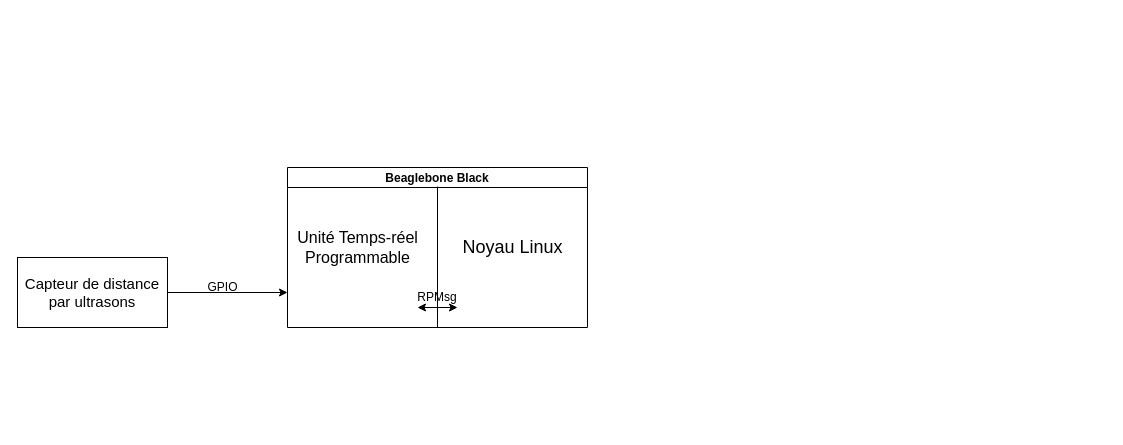
YKhimage1/libnx keeps this draw.io diagram as page "Page-2" (2 of 3) of search/Untitled Diagram.drawio. Above is the earlier version. Source tidied: cells renumbered, new cells numbered last; positions are measured from the earlier drawing's top-left corner, leaving out a move shared by most shapes. Both pictures are drawn from the tidied source at 100%, with x=0, y=0 at pixel (17, 167).
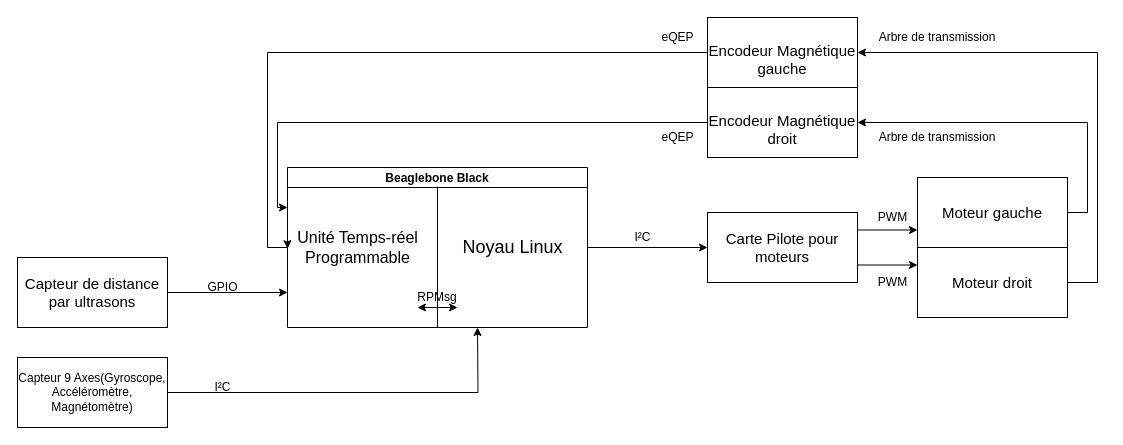
The same diagram, later.

The change refers to these unchanged cells:
```xml
<mxCell id="5" value="Beaglebone Black" style="swimlane;startSize=20;" parent="1" vertex="1">
  <mxGeometry x="270" width="300" height="160" as="geometry" />
</mxCell>
<mxCell id="6" value="&lt;font style=&quot;font-size: 16px&quot;&gt;Unité Temps-réel&lt;br&gt;Programmable&lt;/font&gt;" style="text;html=1;align=center;verticalAlign=middle;points=[];strokeColor=none;" parent="5" vertex="1">
  <mxGeometry y="60" width="140" height="40" as="geometry" />
</mxCell>
```

Change to the diagram source:
```diff
@@
+    <mxCell id="11" style="edgeStyle=orthogonalEdgeStyle;rounded=0;jettySize=auto;html=1;exitX=1;exitY=0.5;exitDx=0;exitDy=0;entryX=0;entryY=0.5;entryDx=0;entryDy=0;" parent="1" edge="1" source="5" target="17">
+      <mxGeometry relative="1" as="geometry" />
+    </mxCell>
@@
+    <mxCell id="12" style="edgeStyle=orthogonalEdgeStyle;rounded=0;jettySize=auto;html=1;exitX=1;exitY=0.5;exitDx=0;exitDy=0;" parent="1" edge="1" source="13">
+      <mxGeometry relative="1" as="geometry">
+        <mxPoint x="460" y="160" as="targetPoint" />
+      </mxGeometry>
+    </mxCell>
+    <mxCell id="13" value="&lt;font style=&quot;font-size: 12px&quot;&gt;Capteur 9 Axes(Gyroscope, Accéléromètre, &lt;/font&gt;&lt;font style=&quot;font-size: 12px&quot;&gt;&lt;span class=&quot;module__title__link&quot;&gt;Magnétomètre&lt;/span&gt;)&lt;br&gt;&lt;/font&gt;" style="rounded=0;whiteSpace=wrap;html=1;" parent="1" vertex="1">
+      <mxGeometry y="190" width="150" height="70" as="geometry" />
+    </mxCell>
+    <mxCell id="14" value="I²C" style="text;html=1;align=center;verticalAlign=middle;strokeColor=none;" parent="1" vertex="1">
+      <mxGeometry x="190" y="210" width="30" height="20" as="geometry" />
+    </mxCell>
+    <mxCell id="15" style="edgeStyle=orthogonalEdgeStyle;rounded=0;jettySize=auto;html=1;exitX=1;exitY=0.25;exitDx=0;exitDy=0;entryX=0;entryY=0.75;entryDx=0;entryDy=0;" parent="1" edge="1" source="17" target="20">
+      <mxGeometry relative="1" as="geometry" />
+    </mxCell>
+    <mxCell id="16" style="edgeStyle=orthogonalEdgeStyle;rounded=0;jettySize=auto;html=1;exitX=1;exitY=0.75;exitDx=0;exitDy=0;entryX=0;entryY=0.25;entryDx=0;entryDy=0;" parent="1" edge="1" source="17" target="22">
+      <mxGeometry relative="1" as="geometry" />
+    </mxCell>
+    <mxCell id="17" value="&lt;font style=&quot;font-size: 15px&quot;&gt;Carte Pilote pour moteurs&lt;/font&gt;&lt;font style=&quot;font-size: 15px&quot;&gt;&lt;br&gt;&lt;/font&gt;" style="rounded=0;whiteSpace=wrap;html=1;" parent="1" vertex="1">
+      <mxGeometry x="690" y="45" width="150" height="70" as="geometry" />
+    </mxCell>
+    <mxCell id="18" value="I²C" style="text;html=1;align=center;verticalAlign=middle;strokeColor=none;" parent="1" vertex="1">
+      <mxGeometry x="610" y="60" width="30" height="20" as="geometry" />
+    </mxCell>
+    <mxCell id="19" style="edgeStyle=orthogonalEdgeStyle;rounded=0;jettySize=auto;html=1;exitX=1;exitY=0.5;exitDx=0;exitDy=0;entryX=1;entryY=0.5;entryDx=0;entryDy=0;" parent="1" edge="1" source="20" target="25">
+      <mxGeometry relative="1" as="geometry" />
+    </mxCell>
+    <mxCell id="20" value="&lt;font style=&quot;font-size: 15px&quot;&gt;Moteur&lt;/font&gt;&lt;font style=&quot;font-size: 15px&quot;&gt; gauche&lt;br&gt;&lt;/font&gt;" style="rounded=0;whiteSpace=wrap;html=1;" parent="1" vertex="1">
+      <mxGeometry x="900" y="10" width="150" height="70" as="geometry" />
+    </mxCell>
+    <mxCell id="21" style="edgeStyle=orthogonalEdgeStyle;rounded=0;jettySize=auto;html=1;exitX=1;exitY=0.5;exitDx=0;exitDy=0;entryX=1;entryY=0.5;entryDx=0;entryDy=0;" parent="1" edge="1" source="22" target="27">
+      <mxGeometry relative="1" as="geometry">
+        <Array as="points">
+          <mxPoint x="1080" y="115" />
+          <mxPoint x="1080" y="-115" />
+        </Array>
+      </mxGeometry>
+    </mxCell>
+    <mxCell id="22" value="&lt;font style=&quot;font-size: 15px&quot;&gt;Moteur&lt;/font&gt;&lt;font style=&quot;font-size: 15px&quot;&gt; droit&lt;br&gt;&lt;/font&gt;" style="rounded=0;whiteSpace=wrap;html=1;" parent="1" vertex="1">
+      <mxGeometry x="900" y="80" width="150" height="70" as="geometry" />
+    </mxCell>
+    <mxCell id="23" value="PWM" style="text;html=1;align=center;verticalAlign=middle;strokeColor=none;" parent="1" vertex="1">
+      <mxGeometry x="855" y="105" width="40" height="20" as="geometry" />
+    </mxCell>
+    <mxCell id="24" style="edgeStyle=orthogonalEdgeStyle;rounded=0;jettySize=auto;html=1;exitX=0;exitY=0.5;exitDx=0;exitDy=0;entryX=0;entryY=0.25;entryDx=0;entryDy=0;" parent="1" edge="1" source="25" target="5">
+      <mxGeometry relative="1" as="geometry">
+        <Array as="points">
+          <mxPoint x="260" y="-45" />
+          <mxPoint x="260" y="40" />
+        </Array>
+      </mxGeometry>
+    </mxCell>
+    <mxCell id="25" value="&lt;br&gt;&lt;font style=&quot;font-size: 15px&quot;&gt;Encodeur Magnétique&lt;/font&gt;&lt;font style=&quot;font-size: 15px&quot;&gt; droit&lt;br&gt;&lt;/font&gt;" style="rounded=0;whiteSpace=wrap;html=1;" parent="1" vertex="1">
+      <mxGeometry x="690" y="-80" width="150" height="70" as="geometry" />
+    </mxCell>
+    <mxCell id="26" style="edgeStyle=orthogonalEdgeStyle;rounded=0;jettySize=auto;html=1;exitX=0;exitY=0.5;exitDx=0;exitDy=0;entryX=0.001;entryY=0.528;entryDx=0;entryDy=0;entryPerimeter=0;" parent="1" edge="1" source="27" target="6">
+      <mxGeometry relative="1" as="geometry">
+        <Array as="points">
+          <mxPoint x="250" y="-115" />
+          <mxPoint x="250" y="80" />
+          <mxPoint x="270" y="80" />
+        </Array>
+      </mxGeometry>
+    </mxCell>
+    <mxCell id="27" value="&lt;br&gt;&lt;font style=&quot;font-size: 15px&quot;&gt;Encodeur Magnétique&lt;/font&gt;&lt;font style=&quot;font-size: 15px&quot;&gt; gauche&lt;br&gt;&lt;/font&gt;" style="rounded=0;whiteSpace=wrap;html=1;" parent="1" vertex="1">
+      <mxGeometry x="690" y="-150" width="150" height="70" as="geometry" />
+    </mxCell>
+    <mxCell id="28" value="Arbre de transmission " style="text;html=1;strokeColor=none;fillColor=none;align=center;verticalAlign=middle;whiteSpace=wrap;rounded=0;" parent="1" vertex="1">
+      <mxGeometry x="850" y="-40" width="140" height="20" as="geometry" />
+    </mxCell>
+    <mxCell id="29" value="PWM" style="text;html=1;align=center;verticalAlign=middle;strokeColor=none;" parent="1" vertex="1">
+      <mxGeometry x="855" y="40" width="40" height="20" as="geometry" />
+    </mxCell>
+    <mxCell id="30" value="eQEP" style="text;html=1;align=center;verticalAlign=middle;strokeColor=none;" parent="1" vertex="1">
+      <mxGeometry x="635" y="-140" width="50" height="20" as="geometry" />
+    </mxCell>
+    <mxCell id="31" value="eQEP" style="text;html=1;align=center;verticalAlign=middle;strokeColor=none;" parent="1" vertex="1">
+      <mxGeometry x="635" y="-40" width="50" height="20" as="geometry" />
+    </mxCell>
+    <mxCell id="32" value="Arbre de transmission " style="text;html=1;strokeColor=none;fillColor=none;align=center;verticalAlign=middle;whiteSpace=wrap;rounded=0;" parent="1" vertex="1">
+      <mxGeometry x="850" y="-140" width="140" height="20" as="geometry" />
+    </mxCell>
```
